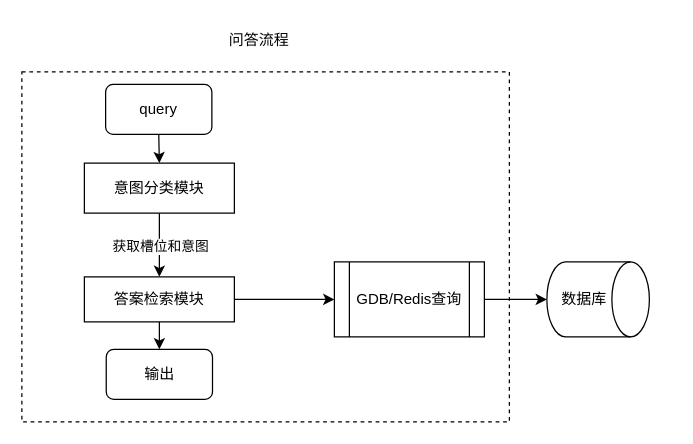
Before: 修辞描写指标.drawio in WeipingFu/drawio, a draw.io diagram. Source tidied: cells renumbered, new cells numbered last; positions are measured from the earlier drawing's top-left corner, leaving out a move shared by most shapes. Both pictures are drawn from the tidied source at 125%, with x=0, y=0 at pixel (21, 21).
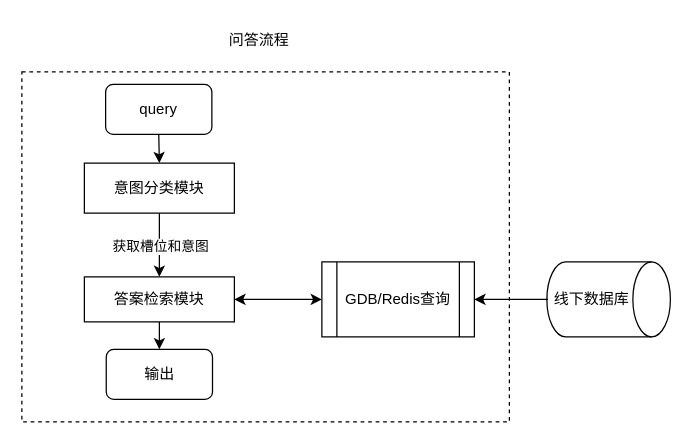
Above is the later version.

Commit message (it also covers changes not shown here):
Update 修辞描写指标.drawio

Diff of the diagram source:
```diff
@@
 <mxGraphModel>
   <root>
     <mxCell id="0" />
     <mxCell id="1" parent="0" />
     <mxCell id="2" style="rounded=0;whiteSpace=wrap;html=1;dashed=1;" parent="1" vertex="1">
       <mxGeometry y="40" width="390" height="280" as="geometry" />
     </mxCell>
     <mxCell id="3" value="问答流程" style="text;html=1;strokeColor=none;fillColor=none;align=center;verticalAlign=middle;whiteSpace=wrap;rounded=0;dashed=1;" parent="1" vertex="1">
       <mxGeometry x="160" width="60" height="30" as="geometry" />
     </mxCell>
     <mxCell id="4" style="edgeStyle=orthogonalEdgeStyle;rounded=0;jettySize=auto;html=1;exitX=0.5;exitY=1;exitDx=0;exitDy=0;entryX=0.5;entryY=0;entryDx=0;entryDy=0;" parent="1" edge="1" source="5" target="8">
       <mxGeometry relative="1" as="geometry" />
     </mxCell>
     <mxCell id="5" value="query" style="rounded=1;whiteSpace=wrap;html=1;" parent="1" vertex="1">
       <mxGeometry x="67" y="50" width="85" height="40" as="geometry" />
     </mxCell>
     <mxCell id="6" style="edgeStyle=orthogonalEdgeStyle;rounded=0;jettySize=auto;html=1;" parent="1" edge="1" source="8" target="11">
       <mxGeometry relative="1" as="geometry" />
     </mxCell>
     <mxCell id="7" value="获取槽位和意图" style="edgeLabel;html=1;align=center;verticalAlign=middle;" parent="6" vertex="1">
       <mxGeometry x="-0.33" y="-1" relative="1" as="geometry">
         <mxPoint x="1" y="9" as="offset" />
       </mxGeometry>
     </mxCell>
     <mxCell id="8" value="意图分类模块" style="rounded=0;whiteSpace=wrap;html=1;" parent="1" vertex="1">
       <mxGeometry x="50" y="113" width="120" height="40" as="geometry" />
     </mxCell>
     <mxCell id="9" style="edgeStyle=orthogonalEdgeStyle;rounded=0;jettySize=auto;html=1;" parent="1" edge="1" source="11" target="12">
       <mxGeometry relative="1" as="geometry" />
     </mxCell>
-    <mxCell id="10" style="edgeStyle=orthogonalEdgeStyle;rounded=0;jettySize=auto;html=1;" parent="1" edge="1" source="11" target="14">
+    <mxCell id="10" style="edgeStyle=orthogonalEdgeStyle;rounded=0;jettySize=auto;html=1;startArrow=classic;startFill=1;" parent="1" edge="1" source="11" target="14">
       <mxGeometry relative="1" as="geometry" />
     </mxCell>
     <mxCell id="11" value="答案检索模块" style="whiteSpace=wrap;html=1;rounded=0;" parent="1" vertex="1">
       <mxGeometry x="50" y="204" width="120" height="36" as="geometry" />
     </mxCell>
     <mxCell id="12" value="输出" style="rounded=1;whiteSpace=wrap;html=1;" parent="1" vertex="1">
       <mxGeometry x="67.5" y="262" width="85" height="40" as="geometry" />
     </mxCell>
-    <mxCell id="13" style="edgeStyle=orthogonalEdgeStyle;rounded=0;jettySize=auto;html=1;" parent="1" edge="1" source="14" target="15">
-      <mxGeometry relative="1" as="geometry" />
-    </mxCell>
     <mxCell id="14" value="GDB/Redis查询" style="shape=process;whiteSpace=wrap;html=1;backgroundOutline=1;rounded=0;" parent="1" vertex="1">
-      <mxGeometry x="250" y="192" width="120" height="60" as="geometry" />
+      <mxGeometry x="240" y="192" width="122" height="60" as="geometry" />
     </mxCell>
     <mxCell id="15" style="shape=cylinder3;whiteSpace=wrap;html=1;boundedLbl=1;backgroundOutline=1;size=15;rotation=90;" parent="1" vertex="1">
-      <mxGeometry x="431" y="181" width="60" height="82" as="geometry" />
+      <mxGeometry x="439.4" y="172.6" width="60" height="98.8" as="geometry" />
     </mxCell>
+    <mxCell id="17" style="edgeStyle=orthogonalEdgeStyle;rounded=0;jettySize=auto;html=1;" parent="1" edge="1" source="16" target="14">
+      <mxGeometry relative="1" as="geometry" />
+    </mxCell>
-    <mxCell id="16" value="数据库" style="text;html=1;strokeColor=none;fillColor=none;align=center;verticalAlign=middle;whiteSpace=wrap;rounded=0;dashed=1;" parent="1" vertex="1">
-      <mxGeometry x="420" y="207" width="60" height="30" as="geometry" />
+    <mxCell id="16" value="线下数据库" style="text;html=1;strokeColor=none;fillColor=none;align=center;verticalAlign=middle;whiteSpace=wrap;rounded=0;dashed=1;" parent="1" vertex="1">
+      <mxGeometry x="421" y="207" width="70" height="30" as="geometry" />
     </mxCell>
   </root>
 </mxGraphModel>
```
